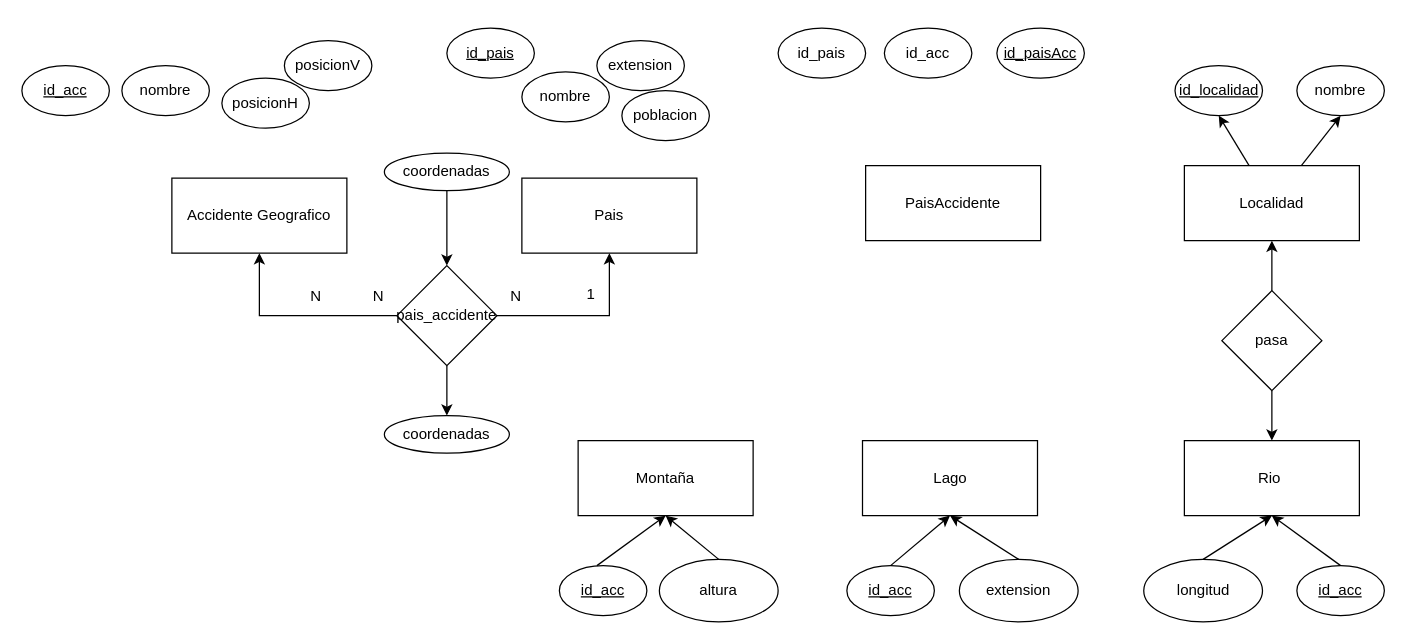
Before: ej11.drawio in adriii28/amr-tsys-C3U12-11102023, a draw.io diagram. Source tidied: cells renumbered, new cells numbered last; positions are measured from the earlier drawing's top-left corner, leaving out a move shared by most shapes. Both pictures are drawn from the tidied source at 125%, with x=0, y=0 at pixel (21, 28).
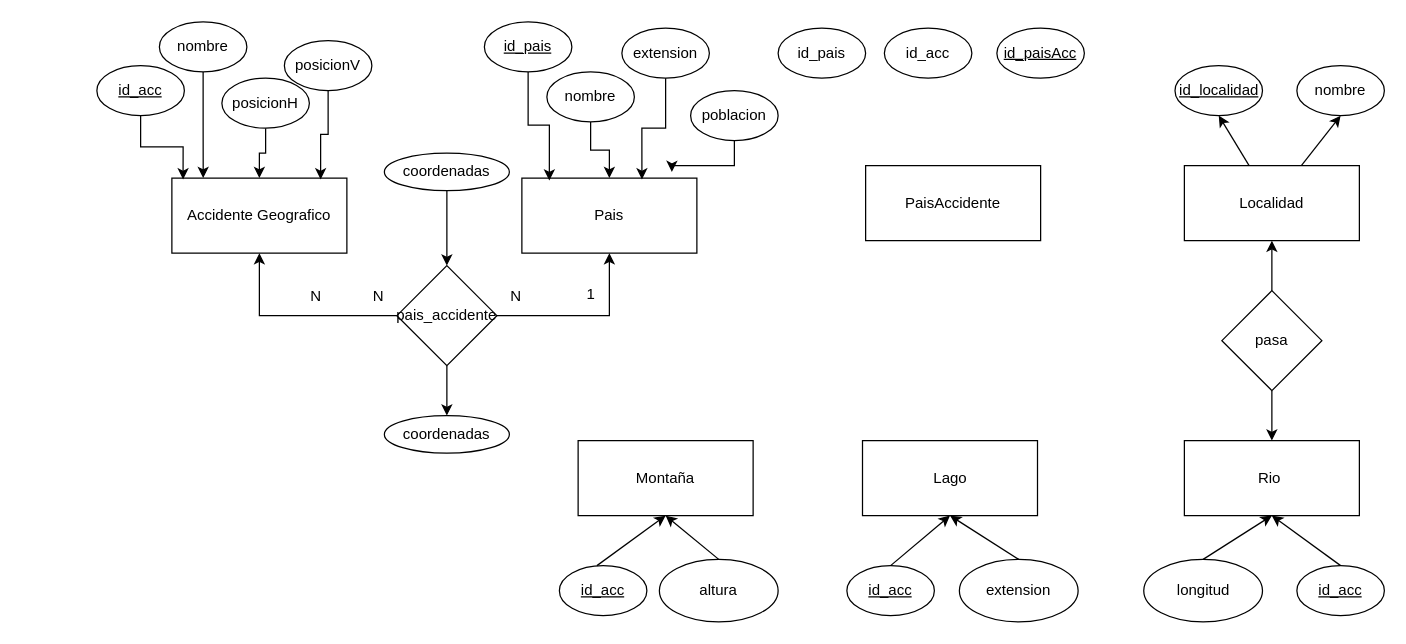
The same page after the edit.

The change refers to these unchanged cells:
```xml
<mxCell id="2" value="Accidente Geografico" style="rounded=0;whiteSpace=wrap;html=1;" parent="1" vertex="1">
  <mxGeometry x="120" y="120" width="140" height="60" as="geometry" />
</mxCell>
<mxCell id="6" value="Pais" style="rounded=0;whiteSpace=wrap;html=1;" parent="1" vertex="1">
  <mxGeometry x="400" y="120" width="140" height="60" as="geometry" />
</mxCell>
<mxCell id="19" value="posicionH" style="ellipse;whiteSpace=wrap;html=1;fontStyle=0;" parent="1" vertex="1">
  <mxGeometry x="160" y="40" width="70" height="40" as="geometry" />
</mxCell>
<mxCell id="21" value="posicionV" style="ellipse;whiteSpace=wrap;html=1;fontStyle=0;" parent="1" vertex="1">
  <mxGeometry x="210" y="10" width="70" height="40" as="geometry" />
</mxCell>
```

Change to the diagram source:
```diff
@@
     <mxCell id="11" value="id_acc" style="ellipse;whiteSpace=wrap;html=1;fontStyle=4;" parent="1" vertex="1">
-      <mxGeometry y="30" width="70" height="40" as="geometry" />
+      <mxGeometry x="60" y="30" width="70" height="40" as="geometry" />
     </mxCell>
@@
     <mxCell id="16" value="id_pais" style="ellipse;whiteSpace=wrap;html=1;fontStyle=4;" parent="1" vertex="1">
-      <mxGeometry x="340" width="70" height="40" as="geometry" />
+      <mxGeometry x="370" y="-5" width="70" height="40" as="geometry" />
     </mxCell>
@@
     <mxCell id="18" value="&lt;div&gt;nombre&lt;/div&gt;" style="ellipse;whiteSpace=wrap;html=1;fontStyle=0;" parent="1" vertex="1">
-      <mxGeometry x="80" y="30" width="70" height="40" as="geometry" />
+      <mxGeometry x="110" y="-5" width="70" height="40" as="geometry" />
     </mxCell>
+    <mxCell id="50" style="edgeStyle=orthogonalEdgeStyle;rounded=0;jettySize=auto;html=1;" parent="1" edge="1" source="19" target="2">
+      <mxGeometry relative="1" as="geometry" />
+    </mxCell>
@@
+    <mxCell id="51" style="edgeStyle=orthogonalEdgeStyle;rounded=0;jettySize=auto;html=1;" parent="1" edge="1" source="22" target="6">
+      <mxGeometry relative="1" as="geometry" />
+    </mxCell>
     <mxCell id="22" value="nombre" style="ellipse;whiteSpace=wrap;html=1;fontStyle=0;" parent="1" vertex="1">
-      <mxGeometry x="400" y="35" width="70" height="40" as="geometry" />
+      <mxGeometry x="420" y="35" width="70" height="40" as="geometry" />
     </mxCell>
     <mxCell id="23" value="extension" style="ellipse;whiteSpace=wrap;html=1;fontStyle=0;" parent="1" vertex="1">
-      <mxGeometry x="460" y="10" width="70" height="40" as="geometry" />
+      <mxGeometry x="480" width="70" height="40" as="geometry" />
     </mxCell>
     <mxCell id="24" value="&lt;div&gt;poblacion&lt;/div&gt;" style="ellipse;whiteSpace=wrap;html=1;fontStyle=0;" parent="1" vertex="1">
-      <mxGeometry x="480" y="50" width="70" height="40" as="geometry" />
+      <mxGeometry x="535" y="50" width="70" height="40" as="geometry" />
     </mxCell>
@@
+    <mxCell id="52" style="edgeStyle=orthogonalEdgeStyle;rounded=0;jettySize=auto;html=1;entryX=0.064;entryY=0.017;entryDx=0;entryDy=0;entryPerimeter=0;" parent="1" edge="1" source="11" target="2">
+      <mxGeometry relative="1" as="geometry" />
+    </mxCell>
+    <mxCell id="53" style="edgeStyle=orthogonalEdgeStyle;rounded=0;jettySize=auto;html=1;entryX=0.179;entryY=0;entryDx=0;entryDy=0;entryPerimeter=0;" parent="1" edge="1" source="18" target="2">
+      <mxGeometry relative="1" as="geometry" />
+    </mxCell>
+    <mxCell id="54" style="edgeStyle=orthogonalEdgeStyle;rounded=0;jettySize=auto;html=1;entryX=0.85;entryY=0.017;entryDx=0;entryDy=0;entryPerimeter=0;" parent="1" edge="1" source="21" target="2">
+      <mxGeometry relative="1" as="geometry" />
+    </mxCell>
+    <mxCell id="55" style="edgeStyle=orthogonalEdgeStyle;rounded=0;jettySize=auto;html=1;entryX=0.157;entryY=0.033;entryDx=0;entryDy=0;entryPerimeter=0;" parent="1" edge="1" source="16" target="6">
+      <mxGeometry relative="1" as="geometry" />
+    </mxCell>
+    <mxCell id="56" style="edgeStyle=orthogonalEdgeStyle;rounded=0;jettySize=auto;html=1;entryX=0.686;entryY=0.017;entryDx=0;entryDy=0;entryPerimeter=0;" parent="1" edge="1" source="23" target="6">
+      <mxGeometry relative="1" as="geometry" />
+    </mxCell>
+    <mxCell id="57" style="edgeStyle=orthogonalEdgeStyle;rounded=0;jettySize=auto;html=1;entryX=0.857;entryY=-0.083;entryDx=0;entryDy=0;entryPerimeter=0;" parent="1" edge="1" source="24" target="6">
+      <mxGeometry relative="1" as="geometry" />
+    </mxCell>
```
